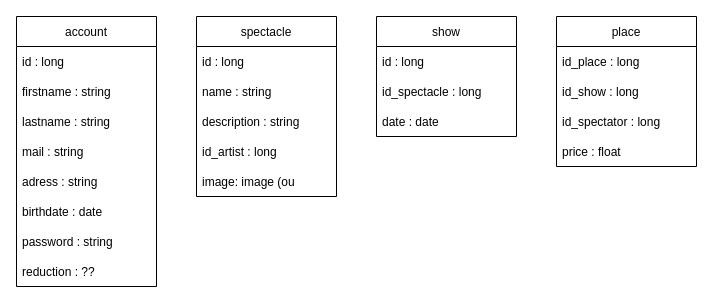
Before: page "BDD" (7 of 7) of analyse/Diagramme sans nom.drawio in baptisteRiviere/SpectacleHallManagement, a draw.io diagram. Source tidied: cells renumbered, new cells numbered last; positions are measured from the earlier drawing's top-left corner, leaving out a move shared by most shapes. Both pictures are drawn from the tidied source at 100%, with x=0, y=0 at pixel (16, 16).
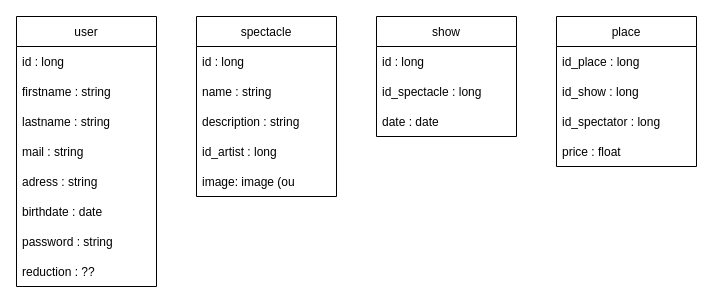
The same page after the edit.

The edit, as a diff of the source:
```diff
@@
-    <mxCell id="2" value="account" style="swimlane;fontStyle=0;horizontal=1;startSize=30;" parent="1" vertex="1">
+    <mxCell id="2" value="user" style="swimlane;fontStyle=0;horizontal=1;startSize=30;" parent="1" vertex="1">
       <mxGeometry width="140" height="270" as="geometry" />
     </mxCell>
```
